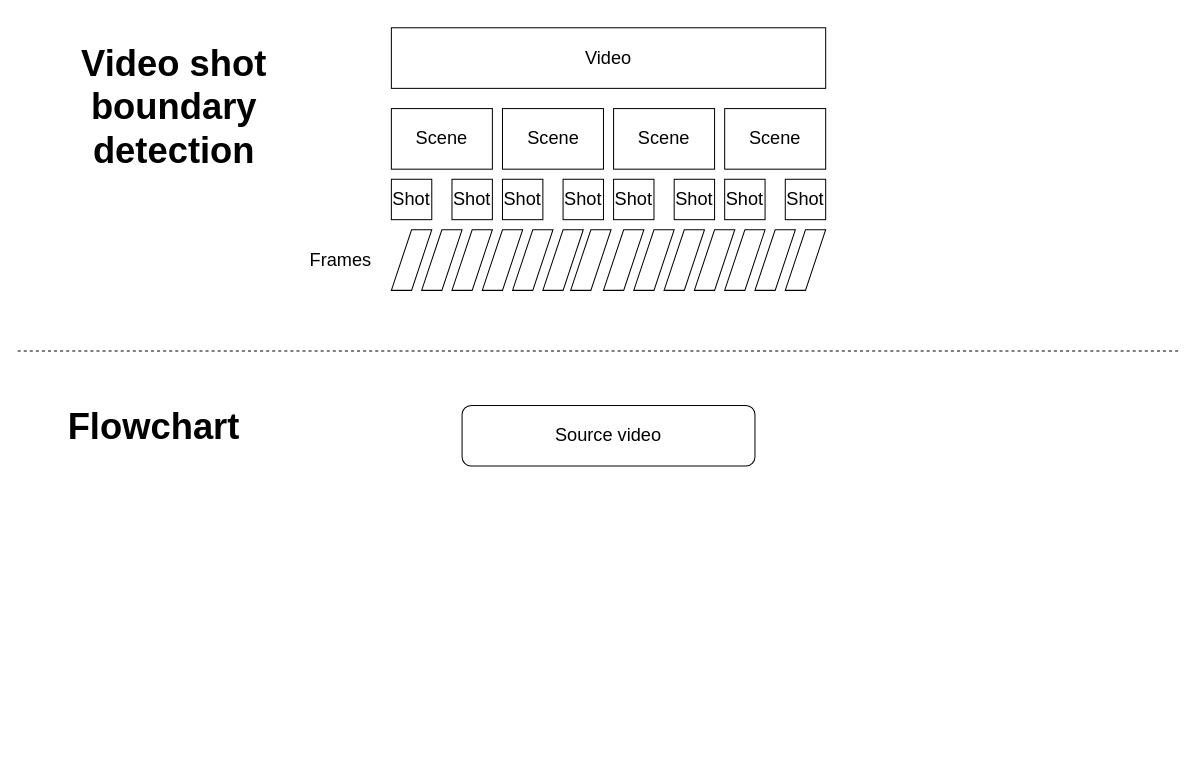
The draw.io diagram Untitled Diagram.drawio in vishvarana/TSF-Task-1, before the edit. Source tidied: cells renumbered, new cells numbered last; positions are measured from the earlier drawing's top-left corner, leaving out a move shared by most shapes. Both pictures are drawn from the tidied source at 101%, with x=0, y=0 at pixel (17, 27).
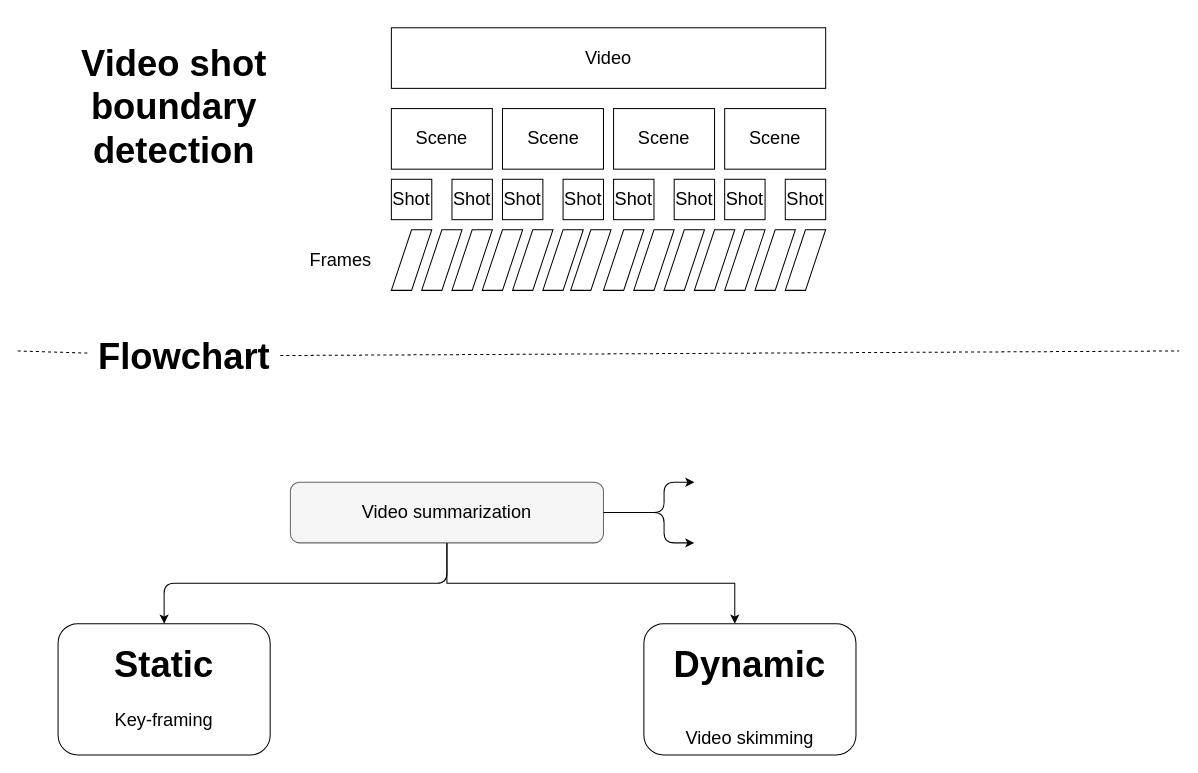
Above is the later version.

What changed in the source:
```diff
@@
-    <mxCell id="44" style="rounded=1;whiteSpace=wrap;html=1;fontSize=18;align=center;verticalAlign=top;" parent="1" vertex="1">
-      <mxGeometry x="440" y="374" width="290" height="60" as="geometry" />
-    </mxCell>
-    <mxCell id="45" style="endArrow=none;dashed=1;html=1;fontSize=18;" parent="1" edge="1">
+    <mxCell id="45" style="endArrow=none;dashed=1;html=1;fontSize=18;startArrow=none;" parent="1" edge="1" source="46">
       <mxGeometry relative="1" as="geometry">
-        <mxPoint y="320" as="sourcePoint" />
         <mxPoint x="1150" y="320" as="targetPoint" />
       </mxGeometry>
     </mxCell>
+    <mxCell id="48" style="edgeStyle=elbowEdgeStyle;rounded=0;jettySize=auto;elbow=vertical;html=1;fontSize=18;" parent="1" edge="1" source="49">
+      <mxGeometry relative="1" as="geometry">
+        <mxPoint x="710" y="590" as="targetPoint" />
+        <Array as="points">
+          <mxPoint x="660" y="550" />
+        </Array>
+      </mxGeometry>
+    </mxCell>
+    <mxCell id="49" style="rounded=1;whiteSpace=wrap;html=1;fontSize=18;align=center;verticalAlign=top;fillColor=#f5f5f5;strokeColor=#666666;fontColor=#333333;" parent="1" vertex="1">
+      <mxGeometry x="270" y="450" width="310" height="60" as="geometry" />
+    </mxCell>
+    <mxCell id="50" value="Video summarization" style="text;html=1;strokeColor=none;fillColor=none;align=center;verticalAlign=middle;whiteSpace=wrap;rounded=0;fontSize=18;" parent="1" vertex="1">
+      <mxGeometry x="330" y="470" width="190" height="20" as="geometry" />
+    </mxCell>
+    <mxCell id="51" style="endArrow=classic;html=1;fontSize=18;edgeStyle=elbowEdgeStyle;elbow=vertical;" parent="1" edge="1">
+      <mxGeometry relative="1" as="geometry">
+        <mxPoint x="425" y="510" as="sourcePoint" />
+        <mxPoint x="145" y="590" as="targetPoint" />
+        <Array as="points">
+          <mxPoint x="305" y="550" />
+        </Array>
+      </mxGeometry>
+    </mxCell>
+    <mxCell id="52" style="rounded=1;whiteSpace=wrap;html=1;fontSize=18;align=center;verticalAlign=top;" parent="1" vertex="1">
+      <mxGeometry x="620" y="590" width="210" height="130" as="geometry" />
+    </mxCell>
+    <mxCell id="53" style="rounded=1;whiteSpace=wrap;html=1;fontSize=18;align=center;verticalAlign=top;" parent="1" vertex="1">
+      <mxGeometry x="40" y="590" width="210" height="130" as="geometry" />
+    </mxCell>
+    <mxCell id="54" value="&lt;h1&gt;&lt;span&gt;Static&lt;/span&gt;&lt;/h1&gt;&lt;div&gt;&lt;span&gt;Key-framing&lt;/span&gt;&lt;/div&gt;" style="text;html=1;strokeColor=none;fillColor=none;spacing=5;spacingTop=-20;whiteSpace=wrap;overflow=hidden;rounded=0;fontSize=18;align=center;verticalAlign=top;" parent="1" vertex="1">
+      <mxGeometry x="50" y="595" width="190" height="120" as="geometry" />
+    </mxCell>
+    <mxCell id="55" value="&lt;h1&gt;&lt;span&gt;Dynamic&lt;/span&gt;&lt;/h1&gt;&lt;h1&gt;&lt;span style=&quot;font-size: 18px ; font-weight: 400&quot;&gt;Video skimming&lt;/span&gt;&lt;/h1&gt;" style="text;html=1;strokeColor=none;fillColor=none;spacing=5;spacingTop=-20;whiteSpace=wrap;overflow=hidden;rounded=0;fontSize=18;align=center;verticalAlign=top;" parent="1" vertex="1">
+      <mxGeometry x="630" y="595" width="190" height="120" as="geometry" />
+    </mxCell>
     <mxCell id="46" value="&lt;h1&gt;Flowchart&lt;/h1&gt;" style="text;html=1;strokeColor=none;fillColor=none;spacing=5;spacingTop=-20;whiteSpace=wrap;overflow=hidden;rounded=0;fontSize=18;align=center;verticalAlign=top;" parent="1" vertex="1">
-      <mxGeometry x="40" y="360" width="190" height="70" as="geometry" />
+      <mxGeometry x="70" y="290" width="190" height="70" as="geometry" />
     </mxCell>
-    <mxCell id="47" value="Source video" style="text;html=1;strokeColor=none;fillColor=none;align=center;verticalAlign=middle;whiteSpace=wrap;rounded=0;fontSize=18;" parent="1" vertex="1">
-      <mxGeometry x="500" y="394" width="170" height="20" as="geometry" />
-    </mxCell>
+    <mxCell id="56" style="endArrow=none;dashed=1;html=1;fontSize=18;" parent="1" edge="1" target="46">
+      <mxGeometry relative="1" as="geometry">
+        <mxPoint y="320" as="sourcePoint" />
+      </mxGeometry>
+    </mxCell>
+    <mxCell id="57" style="endArrow=classic;html=1;fontSize=18;edgeStyle=elbowEdgeStyle;" parent="1" edge="1">
+      <mxGeometry relative="1" as="geometry">
+        <mxPoint x="580" y="480" as="sourcePoint" />
+        <mxPoint x="670" y="450" as="targetPoint" />
+        <Array as="points">
+          <mxPoint x="640" y="460" />
+        </Array>
+      </mxGeometry>
+    </mxCell>
+    <mxCell id="58" style="endArrow=classic;html=1;fontSize=18;edgeStyle=elbowEdgeStyle;" parent="1" edge="1">
+      <mxGeometry relative="1" as="geometry">
+        <mxPoint x="610" y="480" as="sourcePoint" />
+        <mxPoint x="670" y="510" as="targetPoint" />
+      </mxGeometry>
+    </mxCell>
```
